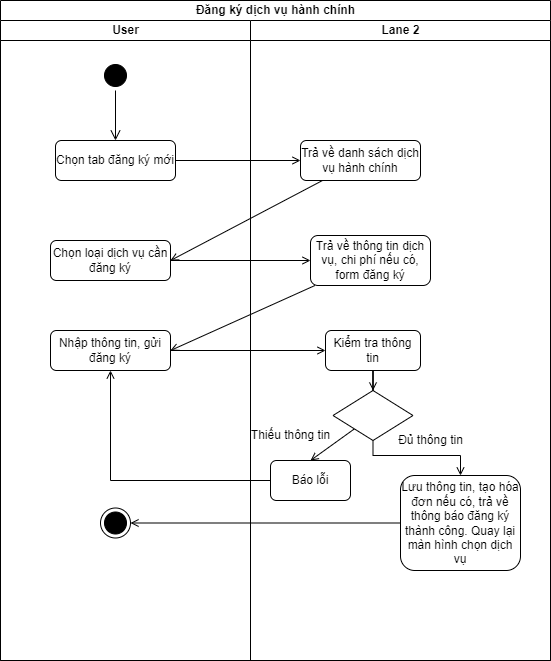
The draw.io diagram activity diagram/Hành chính công.drawio.png in kienndhn/draw-io, before a commit. Source tidied: cells renumbered, new cells last; positions are measured from the earlier drawing's top-left corner, leaving out a move shared by most shapes. The source it was exported from:
```xml
<mxGraphModel>
  <root>
    <mxCell id="0" />
    <mxCell id="1" parent="0" />
    <mxCell id="2" value="Đăng ký dịch vụ hành chính" style="swimlane;startSize=20;html=1;" parent="1" vertex="1">
      <mxGeometry width="550" height="660" as="geometry" />
    </mxCell>
    <mxCell id="3" value="User" style="swimlane;startSize=20;html=1;" parent="2" vertex="1">
      <mxGeometry y="20" width="250" height="640" as="geometry" />
    </mxCell>
    <mxCell id="4" style="ellipse;html=1;shape=startState;fillColor=#000000;strokeColor=#000000;" parent="3" vertex="1">
      <mxGeometry x="100" y="40" width="30" height="30" as="geometry" />
    </mxCell>
    <mxCell id="5" style="edgeStyle=orthogonalEdgeStyle;html=1;verticalAlign=bottom;endArrow=open;endSize=8;strokeColor=#000000;rounded=0;entryX=0.5;entryY=0;entryDx=0;entryDy=0;" parent="3" edge="1" source="4" target="6">
      <mxGeometry relative="1" as="geometry" />
    </mxCell>
    <mxCell id="6" value="Chọn tab đăng ký mới" style="rounded=1;whiteSpace=wrap;html=1;strokeColor=#000000;" parent="3" vertex="1">
      <mxGeometry x="55" y="120" width="120" height="40" as="geometry" />
    </mxCell>
    <mxCell id="7" value="Chọn loại dịch vụ cần đăng ký" style="rounded=1;whiteSpace=wrap;html=1;strokeColor=#000000;" parent="3" vertex="1">
      <mxGeometry x="50" y="220" width="120" height="40" as="geometry" />
    </mxCell>
    <mxCell id="8" value="Nhập thông tin, gửi đăng ký" style="rounded=1;whiteSpace=wrap;html=1;strokeColor=#000000;" parent="3" vertex="1">
      <mxGeometry x="50" y="310" width="120" height="40" as="geometry" />
    </mxCell>
    <mxCell id="9" style="ellipse;html=1;shape=endState;fillColor=#000000;strokeColor=#000000;" parent="3" vertex="1">
      <mxGeometry x="100" y="487.5" width="30" height="30" as="geometry" />
    </mxCell>
    <mxCell id="10" style="rounded=0;jettySize=auto;html=1;entryX=0;entryY=0.5;entryDx=0;entryDy=0;strokeColor=#000000;endArrow=open;endFill=0;" parent="2" edge="1" source="6" target="16">
      <mxGeometry relative="1" as="geometry" />
    </mxCell>
    <mxCell id="11" style="rounded=0;jettySize=auto;html=1;strokeColor=#000000;endArrow=open;endFill=0;entryX=1;entryY=0.5;entryDx=0;entryDy=0;" parent="2" edge="1" source="16" target="7">
      <mxGeometry relative="1" as="geometry" />
    </mxCell>
    <mxCell id="12" style="rounded=0;jettySize=auto;html=1;entryX=0;entryY=0.5;entryDx=0;entryDy=0;strokeColor=#000000;endArrow=open;endFill=0;" parent="2" edge="1" source="7" target="17">
      <mxGeometry relative="1" as="geometry" />
    </mxCell>
    <mxCell id="13" style="rounded=0;jettySize=auto;html=1;strokeColor=#000000;endArrow=open;endFill=0;entryX=1;entryY=0.5;entryDx=0;entryDy=0;" parent="2" edge="1" source="17" target="8">
      <mxGeometry relative="1" as="geometry" />
    </mxCell>
    <mxCell id="14" style="rounded=0;jettySize=auto;html=1;entryX=0;entryY=0.5;entryDx=0;entryDy=0;strokeColor=#000000;endArrow=open;endFill=0;" parent="2" edge="1" source="8" target="22">
      <mxGeometry relative="1" as="geometry" />
    </mxCell>
    <mxCell id="15" value="Lane 2" style="swimlane;startSize=20;html=1;" parent="2" vertex="1">
      <mxGeometry x="250" y="20" width="300" height="640" as="geometry" />
    </mxCell>
    <mxCell id="16" value="Trả về danh sách dịch vụ hành chính" style="rounded=1;whiteSpace=wrap;html=1;strokeColor=#000000;" parent="15" vertex="1">
      <mxGeometry x="50" y="120" width="120" height="40" as="geometry" />
    </mxCell>
    <mxCell id="17" value="Trả về thông tin dịch vụ, chi phí nếu có, form đăng ký" style="rounded=1;whiteSpace=wrap;html=1;strokeColor=#000000;" parent="15" vertex="1">
      <mxGeometry x="60" y="215" width="120" height="50" as="geometry" />
    </mxCell>
    <mxCell id="18" style="rounded=0;jettySize=auto;html=1;entryX=0.5;entryY=0;entryDx=0;entryDy=0;strokeColor=#000000;endArrow=open;endFill=0;" parent="15" edge="1" source="20" target="23">
      <mxGeometry relative="1" as="geometry" />
    </mxCell>
    <mxCell id="19" style="edgeStyle=orthogonalEdgeStyle;rounded=0;jettySize=auto;html=1;entryX=0.5;entryY=0;entryDx=0;entryDy=0;strokeColor=#000000;endArrow=open;endFill=0;" parent="15" edge="1" source="20" target="24">
      <mxGeometry relative="1" as="geometry">
        <Array as="points">
          <mxPoint x="123" y="435" />
          <mxPoint x="210" y="435" />
        </Array>
      </mxGeometry>
    </mxCell>
    <mxCell id="20" style="rhombus;whiteSpace=wrap;html=1;strokeColor=#000000;" parent="15" vertex="1">
      <mxGeometry x="82.5" y="370" width="80" height="50" as="geometry" />
    </mxCell>
    <mxCell id="21" style="edgeStyle=orthogonalEdgeStyle;rounded=0;jettySize=auto;html=1;strokeColor=#000000;endArrow=open;endFill=0;" parent="15" edge="1" source="22" target="20">
      <mxGeometry relative="1" as="geometry" />
    </mxCell>
    <mxCell id="22" value="Kiểm tra thông tin" style="rounded=1;whiteSpace=wrap;html=1;strokeColor=#000000;" parent="15" vertex="1">
      <mxGeometry x="75" y="310" width="95" height="40" as="geometry" />
    </mxCell>
    <mxCell id="23" value="Báo lỗi" style="rounded=1;whiteSpace=wrap;html=1;strokeColor=#000000;" parent="15" vertex="1">
      <mxGeometry x="20" y="440" width="80" height="40" as="geometry" />
    </mxCell>
    <mxCell id="24" value="Lưu thông tin, tạo hóa đơn nếu có, trả về thông báo đăng ký thành công. Quay lại màn hình chọn dịch vụ" style="rounded=1;whiteSpace=wrap;html=1;strokeColor=#000000;" parent="15" vertex="1">
      <mxGeometry x="150" y="455" width="120" height="95" as="geometry" />
    </mxCell>
    <mxCell id="25" value="Thiếu thông tin" style="text;html=1;align=center;verticalAlign=middle;strokeColor=none;fillColor=none;" parent="15" vertex="1">
      <mxGeometry x="-10" y="400" width="100" height="30" as="geometry" />
    </mxCell>
    <mxCell id="26" style="edgeStyle=orthogonalEdgeStyle;rounded=0;jettySize=auto;html=1;entryX=1;entryY=0.5;entryDx=0;entryDy=0;strokeColor=#000000;endArrow=open;endFill=0;" parent="2" edge="1" source="24" target="9">
      <mxGeometry relative="1" as="geometry" />
    </mxCell>
    <mxCell id="27" style="edgeStyle=orthogonalEdgeStyle;rounded=0;jettySize=auto;html=1;entryX=0.5;entryY=1;entryDx=0;entryDy=0;strokeColor=#000000;endArrow=open;endFill=0;" parent="2" edge="1" source="23" target="8">
      <mxGeometry relative="1" as="geometry" />
    </mxCell>
    <mxCell id="28" value="Đủ thông tin" style="text;html=1;align=center;verticalAlign=middle;strokeColor=none;fillColor=none;" parent="1" vertex="1">
      <mxGeometry x="385" y="425" width="90" height="30" as="geometry" />
    </mxCell>
  </root>
</mxGraphModel>
```
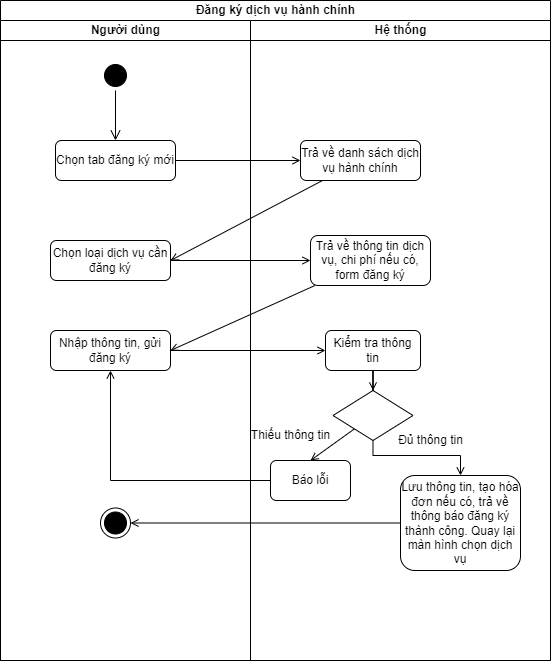
The same diagram one commit later.

What changed in the source:
```diff
@@ -5,7 +5,7 @@
     <mxCell id="2" value="Đăng ký dịch vụ hành chính" style="swimlane;startSize=20;html=1;" parent="1" vertex="1">
       <mxGeometry width="550" height="660" as="geometry" />
     </mxCell>
-    <mxCell id="3" value="User" style="swimlane;startSize=20;html=1;" parent="2" vertex="1">
+    <mxCell id="3" value="Người dùng" style="swimlane;startSize=20;html=1;" parent="2" vertex="1">
       <mxGeometry y="20" width="250" height="640" as="geometry" />
     </mxCell>
     <mxCell id="4" style="ellipse;html=1;shape=startState;fillColor=#000000;strokeColor=#000000;" parent="3" vertex="1">
@@ -41,7 +41,7 @@
     <mxCell id="14" style="rounded=0;jettySize=auto;html=1;entryX=0;entryY=0.5;entryDx=0;entryDy=0;strokeColor=#000000;endArrow=open;endFill=0;" parent="2" edge="1" source="8" target="22">
       <mxGeometry relative="1" as="geometry" />
     </mxCell>
-    <mxCell id="15" value="Lane 2" style="swimlane;startSize=20;html=1;" parent="2" vertex="1">
+    <mxCell id="15" value="Hệ thống" style="swimlane;startSize=20;html=1;" parent="2" vertex="1">
       <mxGeometry x="250" y="20" width="300" height="640" as="geometry" />
     </mxCell>
     <mxCell id="16" value="Trả về danh sách dịch vụ hành chính" style="rounded=1;whiteSpace=wrap;html=1;strokeColor=#000000;" parent="15" vertex="1">
```
